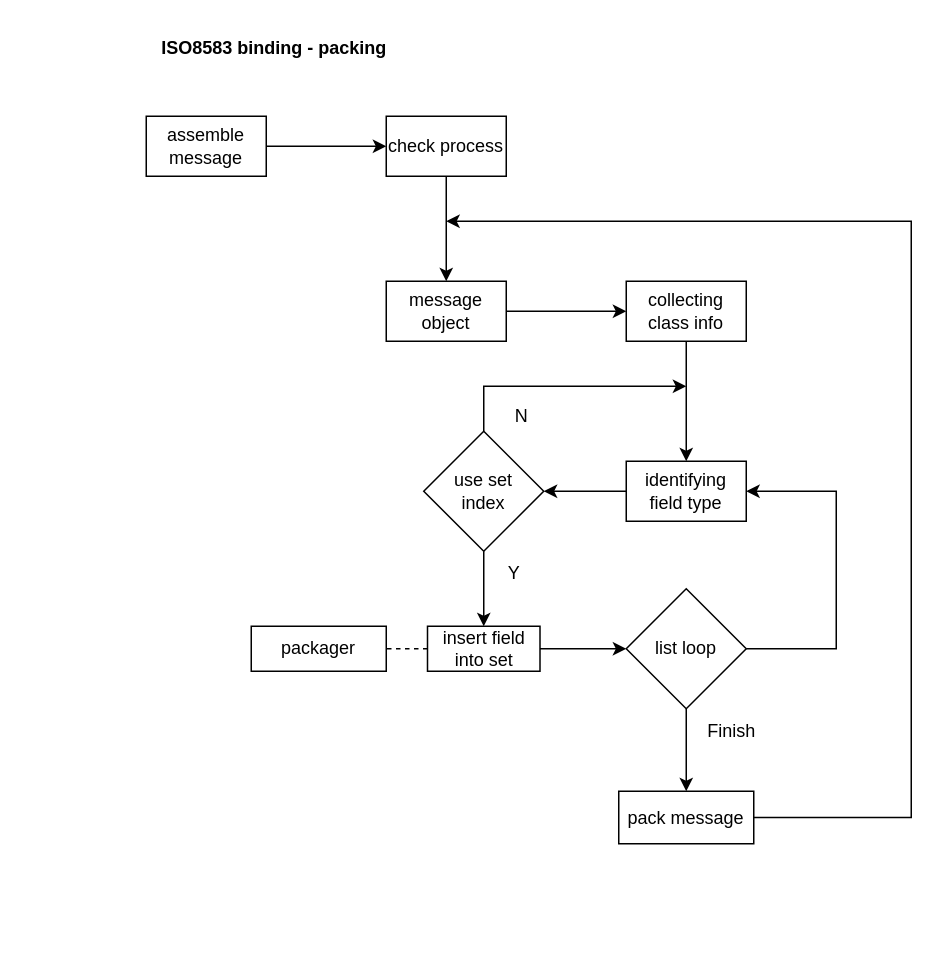
Earlier version of the draw.io diagram page "Page-1" (1 of 2) of ISO8583 binding-packing.drawio (PramudiaPutra/diagrams). Source tidied: cells renumbered, new cells numbered last; positions are measured from the earlier drawing's top-left corner, leaving out a move shared by most shapes. Both pictures are drawn from the tidied source at 150%, with x=0, y=0 at pixel (146, 26).
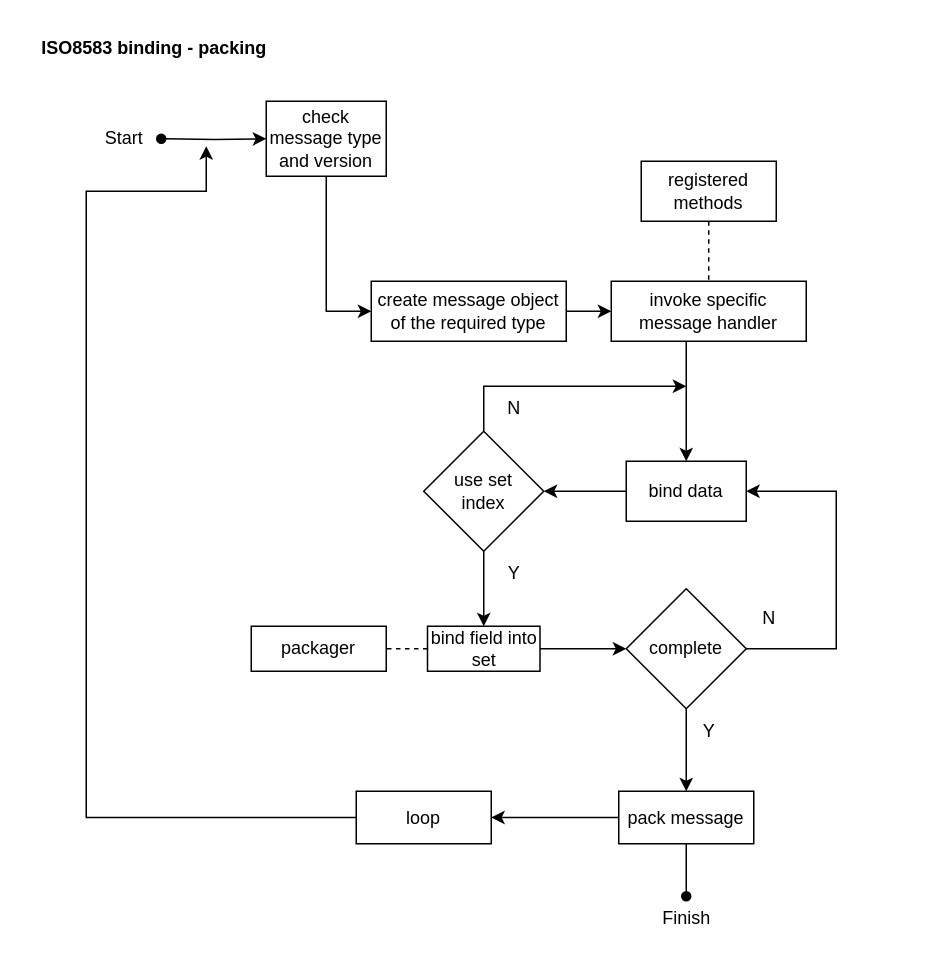
The same diagram, later.

Unchanged cells that the change refers to:
```xml
<mxCell id="22" value="pack message" style="whiteSpace=wrap;html=1;rounded=0;" parent="1" vertex="1">
  <mxGeometry x="315" y="510" width="90" height="35" as="geometry" />
</mxCell>
```

The edit, as a diff of the source:
```diff
@@
-    <mxCell id="2" style="edgeStyle=orthogonalEdgeStyle;rounded=0;jettySize=auto;html=1;" parent="1" edge="1" source="3" target="5">
-      <mxGeometry relative="1" as="geometry" />
-    </mxCell>
+    <mxCell id="28" style="edgeStyle=orthogonalEdgeStyle;rounded=0;jettySize=auto;html=1;endArrow=classic;endFill=1;" parent="1" edge="1" source="3" target="32">
+      <mxGeometry relative="1" as="geometry" />
+    </mxCell>
-    <mxCell id="3" value="message object" style="rounded=0;whiteSpace=wrap;html=1;" parent="1" vertex="1">
-      <mxGeometry x="160" y="170" width="80" height="40" as="geometry" />
+    <mxCell id="3" value="create message object of the required type" style="rounded=0;whiteSpace=wrap;html=1;" parent="1" vertex="1">
+      <mxGeometry x="150" y="170" width="130" height="40" as="geometry" />
     </mxCell>
-    <mxCell id="4" style="edgeStyle=orthogonalEdgeStyle;rounded=0;jettySize=auto;html=1;" parent="1" edge="1" source="5" target="8">
-      <mxGeometry relative="1" as="geometry" />
-    </mxCell>
-    <mxCell id="5" value="collecting class info" style="rounded=0;whiteSpace=wrap;html=1;" parent="1" vertex="1">
-      <mxGeometry x="320" y="170" width="80" height="40" as="geometry" />
-    </mxCell>
     <mxCell id="6" value="&lt;b&gt;ISO8583 binding - packing&lt;/b&gt;" style="text;html=1;align=center;verticalAlign=middle;strokeColor=none;fillColor=none;" parent="1" vertex="1">
-      <mxGeometry width="170" height="30" as="geometry" />
+      <mxGeometry x="-80" width="170" height="30" as="geometry" />
     </mxCell>
@@
-    <mxCell id="8" value="identifying field type" style="rounded=0;whiteSpace=wrap;html=1;" parent="1" vertex="1">
+    <mxCell id="8" value="bind data" style="rounded=0;whiteSpace=wrap;html=1;" parent="1" vertex="1">
       <mxGeometry x="320" y="290" width="80" height="40" as="geometry" />
     </mxCell>
@@
-    <mxCell id="11" value="list loop" style="rhombus;whiteSpace=wrap;html=1;rounded=0;" parent="1" vertex="1">
+    <mxCell id="11" value="complete" style="rhombus;whiteSpace=wrap;html=1;rounded=0;" parent="1" vertex="1">
       <mxGeometry x="320" y="375" width="80" height="80" as="geometry" />
     </mxCell>
@@
     <mxCell id="17" value="N" style="text;html=1;align=center;verticalAlign=middle;strokeColor=none;fillColor=none;" parent="1" vertex="1">
-      <mxGeometry x="235" y="245" width="30" height="30" as="geometry" />
+      <mxGeometry x="230" y="240" width="30" height="30" as="geometry" />
     </mxCell>
@@
-    <mxCell id="20" value="insert field into set " style="whiteSpace=wrap;html=1;rounded=0;" parent="1" vertex="1">
+    <mxCell id="20" value="bind field into set " style="whiteSpace=wrap;html=1;rounded=0;" parent="1" vertex="1">
       <mxGeometry x="187.5" y="400" width="75" height="30" as="geometry" />
     </mxCell>
-    <mxCell id="21" style="edgeStyle=orthogonalEdgeStyle;rounded=0;jettySize=auto;html=1;endArrow=classic;endFill=1;" parent="1" edge="1" source="22">
+    <mxCell id="21" style="edgeStyle=orthogonalEdgeStyle;rounded=0;jettySize=auto;html=1;endArrow=classic;endFill=1;exitX=0;exitY=0.5;exitDx=0;exitDy=0;" parent="1" edge="1" source="34">
       <mxGeometry relative="1" as="geometry">
-        <mxPoint x="200" y="130" as="targetPoint" />
+        <mxPoint x="40" y="80" as="targetPoint" />
         <Array as="points">
-          <mxPoint x="510" y="528" />
-          <mxPoint x="510" y="130" />
+          <mxPoint x="-40" y="528" />
+          <mxPoint x="-40" y="110" />
+          <mxPoint x="40" y="110" />
         </Array>
       </mxGeometry>
     </mxCell>
+    <mxCell id="29" style="edgeStyle=orthogonalEdgeStyle;rounded=0;jettySize=auto;html=1;endArrow=classic;endFill=1;" parent="1" edge="1" source="22" target="34">
+      <mxGeometry relative="1" as="geometry" />
+    </mxCell>
+    <mxCell id="30" style="edgeStyle=orthogonalEdgeStyle;rounded=0;jettySize=auto;html=1;endArrow=oval;endFill=1;" parent="1" edge="1" source="22">
+      <mxGeometry relative="1" as="geometry">
+        <mxPoint x="360" y="580" as="targetPoint" />
+      </mxGeometry>
+    </mxCell>
@@
-    <mxCell id="23" value="Finish" style="text;html=1;align=center;verticalAlign=middle;strokeColor=none;fillColor=none;" parent="1" vertex="1">
-      <mxGeometry x="360" y="455" width="60" height="30" as="geometry" />
+    <mxCell id="23" value="Y" style="text;html=1;align=center;verticalAlign=middle;strokeColor=none;fillColor=none;" parent="1" vertex="1">
+      <mxGeometry x="360" y="455" width="30" height="30" as="geometry" />
     </mxCell>
-    <mxCell id="24" style="edgeStyle=orthogonalEdgeStyle;rounded=0;jettySize=auto;html=1;endArrow=classic;endFill=1;" parent="1" edge="1" source="25" target="3">
-      <mxGeometry relative="1" as="geometry" />
-    </mxCell>
-    <mxCell id="25" value="check process" style="rounded=0;whiteSpace=wrap;html=1;" parent="1" vertex="1">
-      <mxGeometry x="160" y="60" width="80" height="40" as="geometry" />
+    <mxCell id="25" value="check message type and version" style="rounded=0;whiteSpace=wrap;html=1;" parent="1" vertex="1">
+      <mxGeometry x="80" y="50" width="80" height="50" as="geometry" />
     </mxCell>
-    <mxCell id="26" style="edgeStyle=orthogonalEdgeStyle;rounded=0;jettySize=auto;html=1;endArrow=classic;endFill=1;" parent="1" edge="1" source="27" target="25">
-      <mxGeometry relative="1" as="geometry" />
+    <mxCell id="26" style="edgeStyle=orthogonalEdgeStyle;rounded=0;jettySize=auto;html=1;endArrow=classic;endFill=1;startArrow=oval;startFill=1;" parent="1" edge="1" target="25">
+      <mxGeometry relative="1" as="geometry">
+        <mxPoint x="10" y="75" as="sourcePoint" />
+      </mxGeometry>
     </mxCell>
-    <mxCell id="27" value="assemble message" style="rounded=0;whiteSpace=wrap;html=1;" parent="1" vertex="1">
-      <mxGeometry y="60" width="80" height="40" as="geometry" />
-    </mxCell>
+    <mxCell id="31" style="edgeStyle=orthogonalEdgeStyle;rounded=0;jettySize=auto;html=1;endArrow=classic;endFill=1;" parent="1" edge="1" source="32" target="8">
+      <mxGeometry relative="1" as="geometry">
+        <Array as="points">
+          <mxPoint x="360" y="220" />
+          <mxPoint x="360" y="220" />
+        </Array>
+      </mxGeometry>
+    </mxCell>
+    <mxCell id="32" value="invoke specific message handler" style="rounded=0;whiteSpace=wrap;html=1;" parent="1" vertex="1">
+      <mxGeometry x="310" y="170" width="130" height="40" as="geometry" />
+    </mxCell>
+    <mxCell id="33" value="N" style="text;html=1;align=center;verticalAlign=middle;strokeColor=none;fillColor=none;" parent="1" vertex="1">
+      <mxGeometry x="400" y="380" width="30" height="30" as="geometry" />
+    </mxCell>
+    <mxCell id="34" value="loop" style="whiteSpace=wrap;html=1;rounded=0;" parent="1" vertex="1">
+      <mxGeometry x="140" y="510" width="90" height="35" as="geometry" />
+    </mxCell>
+    <mxCell id="35" value="Start" style="text;html=1;align=center;verticalAlign=middle;strokeColor=none;fillColor=none;" parent="1" vertex="1">
+      <mxGeometry x="-40" y="60" width="50" height="30" as="geometry" />
+    </mxCell>
+    <mxCell id="36" value="Finish" style="text;html=1;align=center;verticalAlign=middle;strokeColor=none;fillColor=none;" parent="1" vertex="1">
+      <mxGeometry x="330" y="580" width="60" height="30" as="geometry" />
+    </mxCell>
+    <mxCell id="37" style="edgeStyle=orthogonalEdgeStyle;rounded=0;jettySize=auto;html=1;dashed=1;startArrow=none;startFill=0;endArrow=none;endFill=0;" parent="1" edge="1" source="38" target="32">
+      <mxGeometry relative="1" as="geometry" />
+    </mxCell>
+    <mxCell id="38" value="registered methods" style="rounded=0;whiteSpace=wrap;html=1;" parent="1" vertex="1">
+      <mxGeometry x="330" y="90" width="90" height="40" as="geometry" />
+    </mxCell>
+    <mxCell id="24" style="edgeStyle=orthogonalEdgeStyle;rounded=0;jettySize=auto;html=1;startArrow=none;startFill=0;endArrow=classic;endFill=1;exitX=0.5;exitY=1;exitDx=0;exitDy=0;entryX=0;entryY=0.5;entryDx=0;entryDy=0;" parent="1" edge="1" source="25" target="3">
+      <mxGeometry relative="1" as="geometry" />
+    </mxCell>
```
